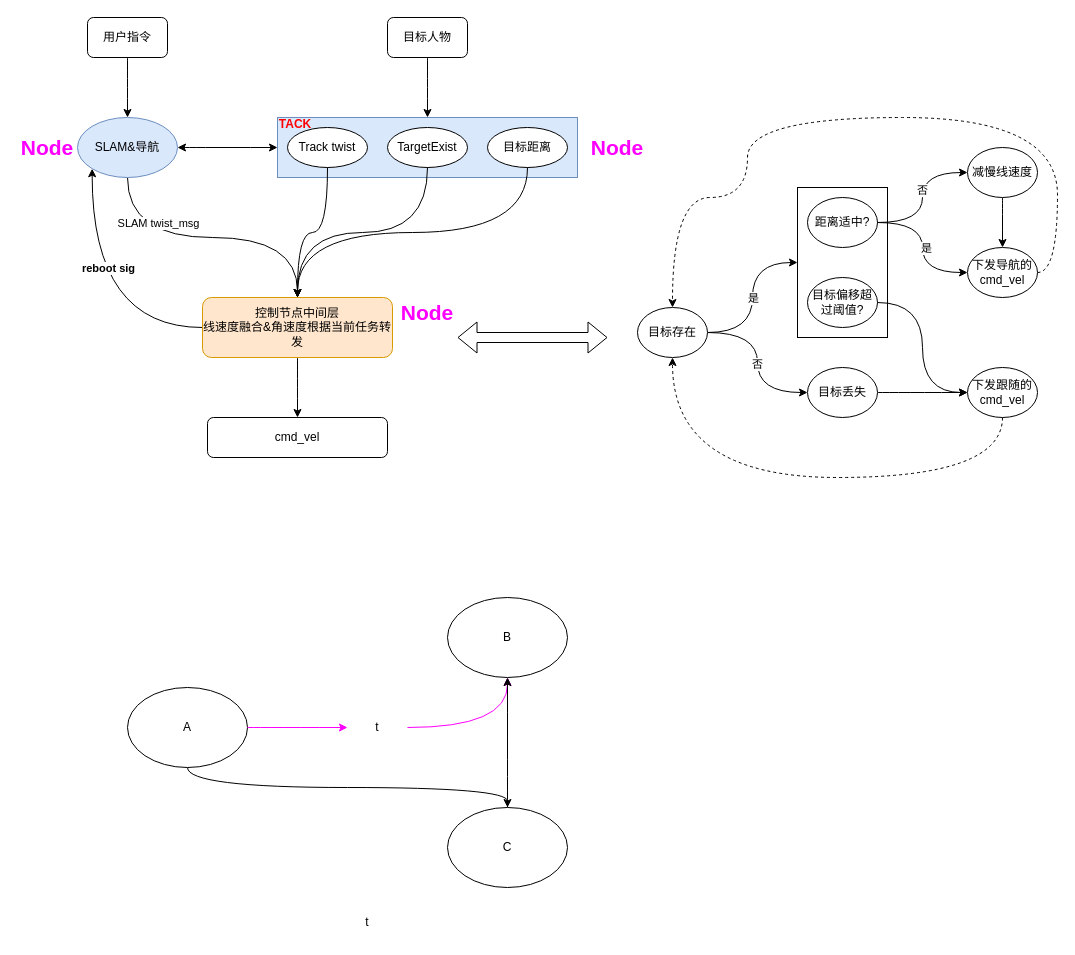
Before: WorkSpace/跟随&导航状态机想法.drawio in mailonghua/drawio, a draw.io diagram. Source tidied: cells renumbered, new cells numbered last; positions are measured from the earlier drawing's top-left corner, leaving out a move shared by most shapes. Both pictures are drawn from the tidied source at 100%, with x=0, y=0 at pixel (17, 17).
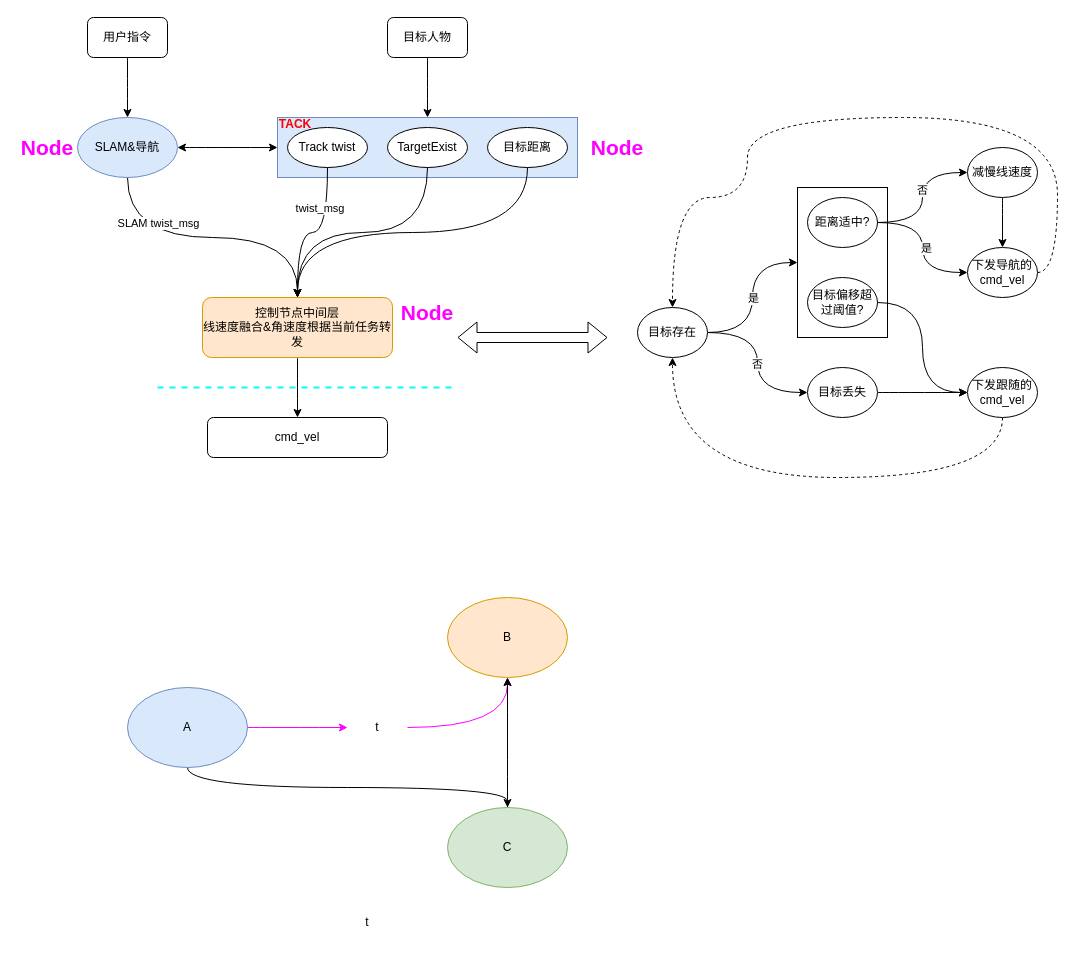
The same diagram, later.

Commit message:
更新跟随&导航状态机想法.drawio

Unchanged cells that the change refers to:
```xml
<mxCell id="10" value="控制节点中间层&lt;div&gt;线速度融合&amp;amp;角速度根据当前任务转发&lt;/div&gt;" style="rounded=1;whiteSpace=wrap;html=1;fillColor=#ffe6cc;strokeColor=#d79b00;" parent="1" vertex="1">
  <mxGeometry x="185" y="280" width="190" height="60" as="geometry" />
</mxCell>
<mxCell id="14" value="SLAM&amp;amp;导航" style="ellipse;whiteSpace=wrap;html=1;fillColor=#dae8fc;strokeColor=#6c8ebf;" parent="1" vertex="1">
  <mxGeometry x="60" y="100" width="100" height="60" as="geometry" />
</mxCell>
```

What changed in the source:
```diff
@@
-    <mxCell id="8" style="edgeStyle=orthogonalEdgeStyle;curved=1;rounded=0;jettySize=auto;html=1;exitX=0;exitY=0.5;exitDx=0;exitDy=0;entryX=0;entryY=1;entryDx=0;entryDy=0;" parent="1" edge="1" source="10" target="14">
-      <mxGeometry relative="1" as="geometry" />
-    </mxCell>
-    <mxCell id="9" value="reboot sig" style="edgeLabel;html=1;align=center;verticalAlign=middle;fontStyle=1;" parent="8" vertex="1">
-      <mxGeometry x="0.26" y="-16" relative="1" as="geometry" />
-    </mxCell>
@@
-    <mxCell id="48" value="A" style="ellipse;whiteSpace=wrap;html=1;" parent="1" vertex="1">
+    <mxCell id="48" value="A" style="ellipse;whiteSpace=wrap;html=1;fillColor=#dae8fc;strokeColor=#6c8ebf;" parent="1" vertex="1">
       <mxGeometry x="110" y="670" width="120" height="80" as="geometry" />
     </mxCell>
-    <mxCell id="49" value="B" style="ellipse;whiteSpace=wrap;html=1;" parent="1" vertex="1">
+    <mxCell id="49" value="B" style="ellipse;whiteSpace=wrap;html=1;fillColor=#ffe6cc;strokeColor=#d79b00;" parent="1" vertex="1">
       <mxGeometry x="430" y="580" width="120" height="80" as="geometry" />
     </mxCell>
@@
-    <mxCell id="51" value="C" style="ellipse;whiteSpace=wrap;html=1;" parent="1" vertex="1">
+    <mxCell id="51" value="C" style="ellipse;whiteSpace=wrap;html=1;fillColor=#d5e8d4;strokeColor=#82b366;" parent="1" vertex="1">
       <mxGeometry x="430" y="790" width="120" height="80" as="geometry" />
     </mxCell>
@@
+    <mxCell id="59" style="endArrow=none;html=1;rounded=0;dashed=1;strokeWidth=2;strokeColor=#00FFFF;" parent="1" edge="1">
+      <mxGeometry relative="1" as="geometry">
+        <mxPoint x="140" y="370" as="sourcePoint" />
+        <mxPoint x="440" y="370" as="targetPoint" />
+      </mxGeometry>
+    </mxCell>
+    <mxCell id="60" value="&amp;nbsp;twist_msg" style="edgeLabel;html=1;align=center;verticalAlign=middle;" parent="1" vertex="1">
+      <mxGeometry x="300" y="190" as="geometry" />
+    </mxCell>
```
